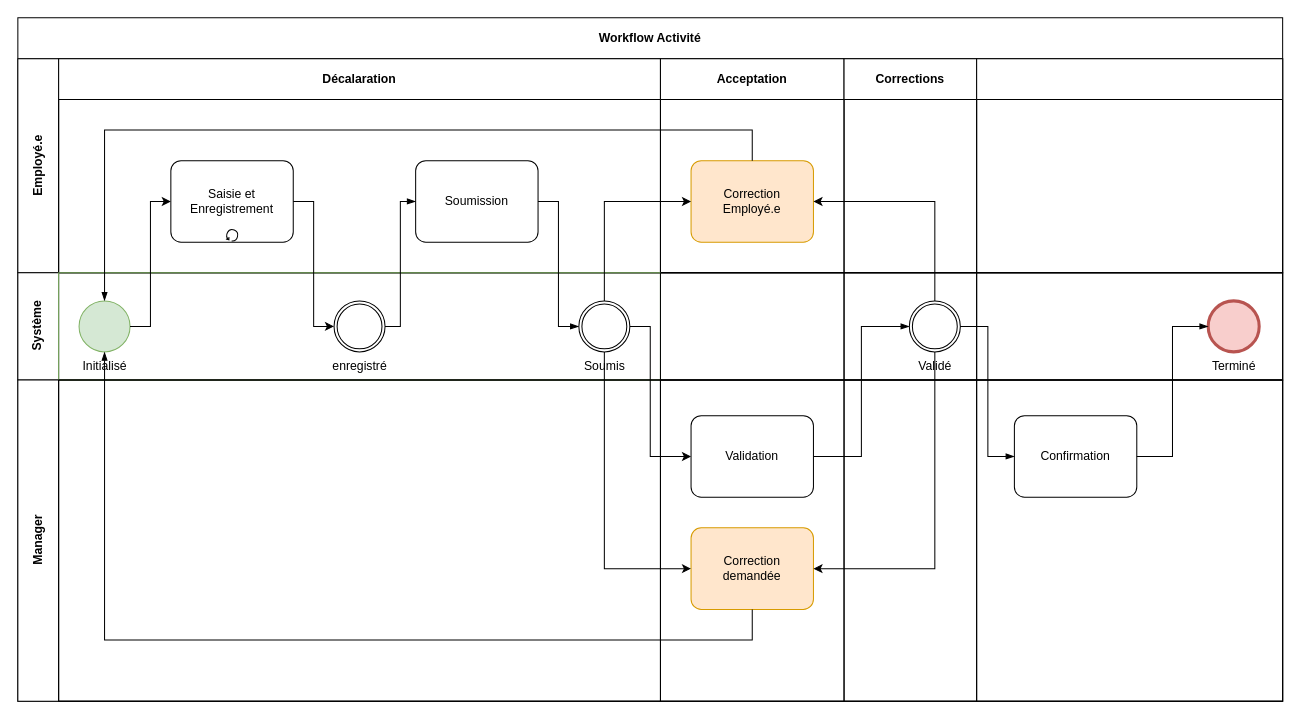
hseb72/hr-tools keeps this draw.io diagram as Untitled Diagram.drawio. Above is the earlier version. Source tidied: cells renumbered, new cells numbered last; positions are measured from the earlier drawing's top-left corner, leaving out a move shared by most shapes. Both pictures are drawn from the tidied source at 102%, with x=0, y=0 at pixel (17, 17).
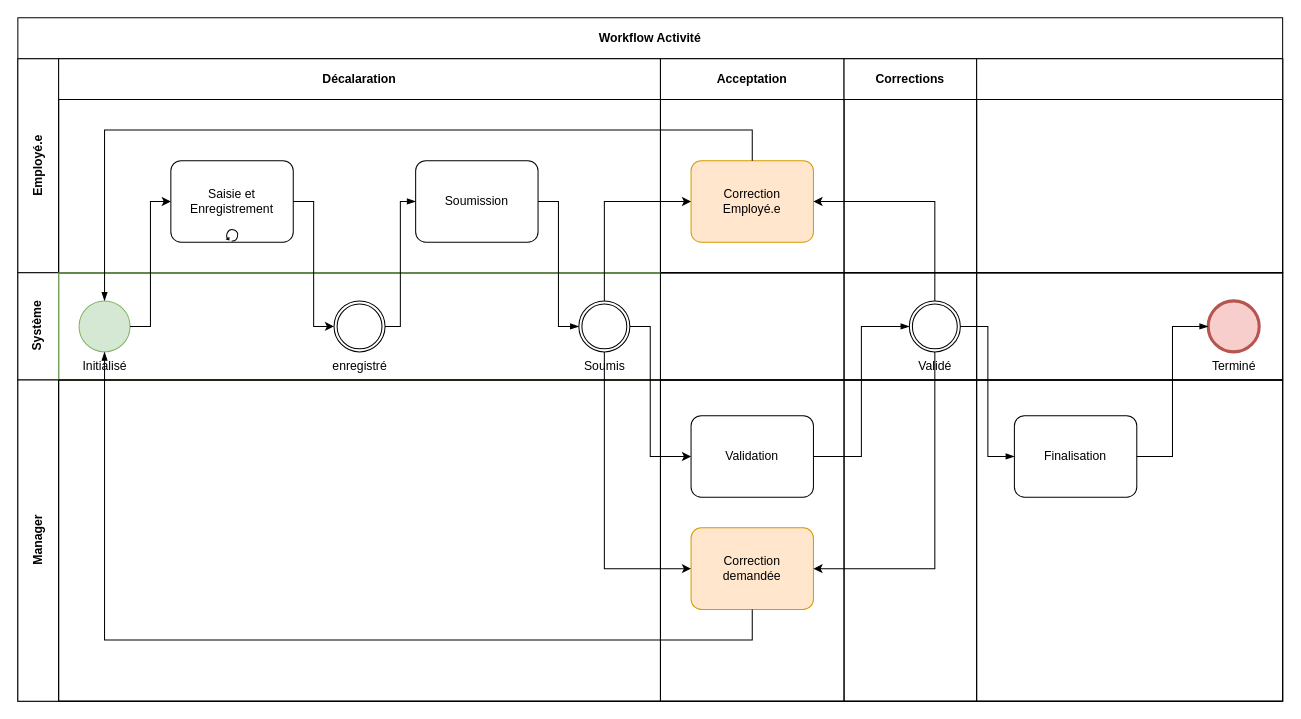
The same diagram, later.

Commit message:
Changement intitulé finalisation

Unchanged cells that the change refers to:
```xml
<mxCell id="27" style="swimlane;startSize=0;html=1;whiteSpace=wrap;" parent="21" vertex="1">
  <mxGeometry x="940" width="300" height="315" as="geometry" />
</mxCell>
```

What changed in the source:
```diff
@@
-    <mxCell id="28" value="Confirmation" style="points=[[0.25,0,0],[0.5,0,0],[0.75,0,0],[1,0.25,0],[1,0.5,0],[1,0.75,0],[0.75,1,0],[0.5,1,0],[0.25,1,0],[0,0.75,0],[0,0.5,0],[0,0.25,0]];shape=mxgraph.bpmn.task;whiteSpace=wrap;rectStyle=rounded;size=10;taskMarker=abstract;" parent="27" vertex="1">
+    <mxCell id="28" value="Finalisation" style="points=[[0.25,0,0],[0.5,0,0],[0.75,0,0],[1,0.25,0],[1,0.5,0],[1,0.75,0],[0.75,1,0],[0.5,1,0],[0.25,1,0],[0,0.75,0],[0,0.5,0],[0,0.25,0]];shape=mxgraph.bpmn.task;whiteSpace=wrap;rectStyle=rounded;size=10;taskMarker=abstract;" parent="27" vertex="1">
       <mxGeometry x="37" y="35" width="120" height="80" as="geometry" />
     </mxCell>
```
